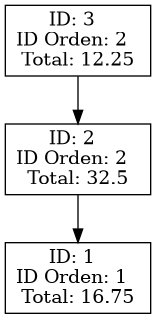
Above: Fase_1/AutoGestPro/Reportes/reporte_facturas.png in 0520Jose/-EDD-1S2025_202300539 (Graphviz), before the change. Its source is kept beside it as Fase_1/AutoGestPro/Reportes/reporte_facturas.dot.
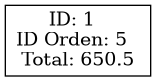
The same file after the commit.

The edit, as a diff of the source:
```diff
@@ -1,15 +1,7 @@
 digraph G {
 node [shape=rect];
 rankdir=TB;
-node3[label="ID: 3
-ID Orden: 2
-Total: 12.25", shape=rect];
-node3 -> node2;
-node2[label="ID: 2
-ID Orden: 2
-Total: 32.5", shape=rect];
-node2 -> node1;
 node1[label="ID: 1
-ID Orden: 1
-Total: 16.75", shape=rect];
+ID Orden: 5
+Total: 650.5", shape=rect];
 }
```
